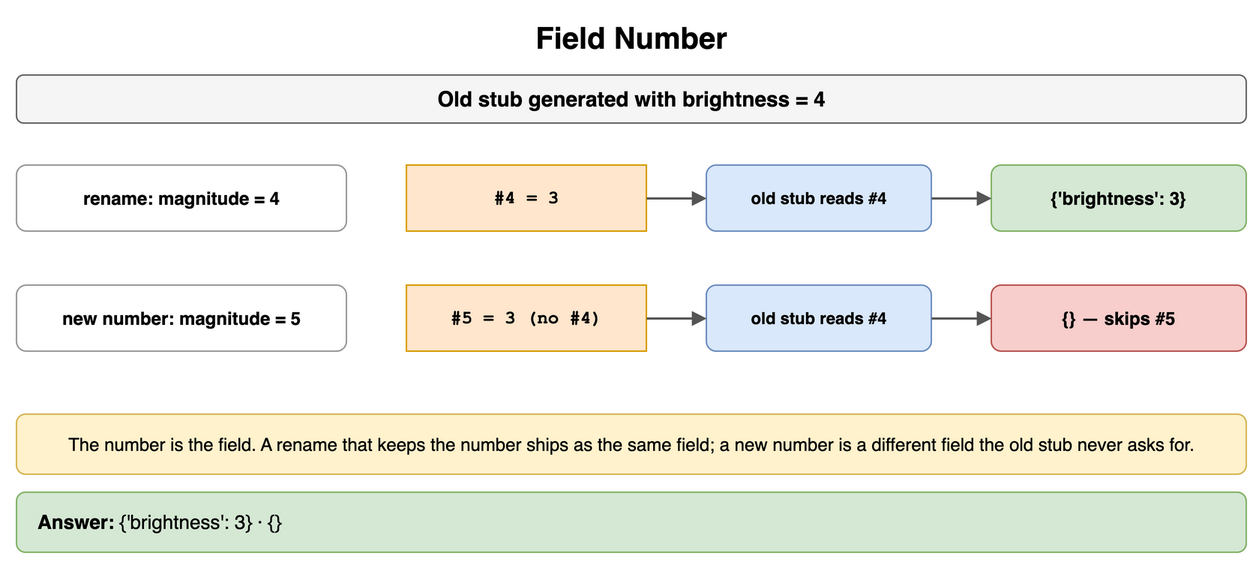
Above: content/09_System_Design_Interview/14_Encoding_Serialization_and_Schema_Evolution/diagrams/encoding-drills-3-field-number.png in amendez13/swe-study-guide (draw.io), before the change. Source tidied: cells renumbered, new cells last; positions are measured from the earlier drawing's top-left corner, leaving out a move shared by most shapes.
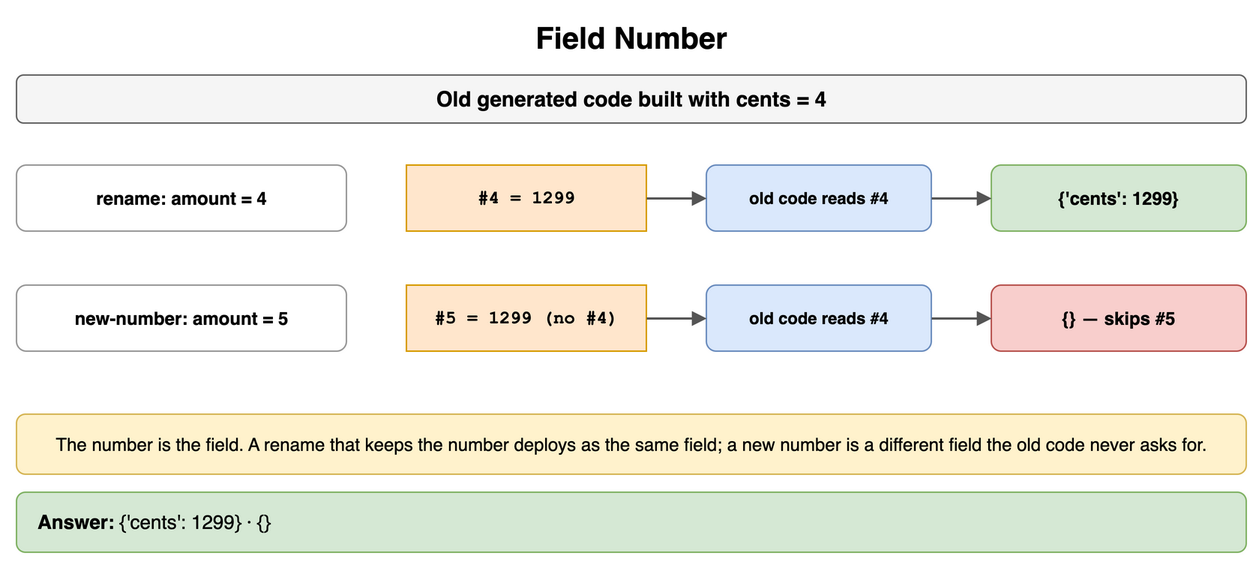
Later version of the same file.

The edit, as a diff of the source:
```diff
@@ -5,19 +5,19 @@
     <mxCell id="2" value="Field Number" style="text;html=1;align=center;verticalAlign=middle;whiteSpace=wrap;fontSize=20;fontStyle=1;" parent="1" vertex="1">
       <mxGeometry width="820" height="30" as="geometry" />
     </mxCell>
-    <mxCell id="3" value="Old stub generated with brightness = 4" style="rounded=1;whiteSpace=wrap;html=1;fillColor=#f5f5f5;strokeColor=#666666;fontStyle=1;fontSize=14;" parent="1" vertex="1">
+    <mxCell id="3" value="Old generated code built with cents = 4" style="rounded=1;whiteSpace=wrap;html=1;fillColor=#f5f5f5;strokeColor=#666666;fontStyle=1;fontSize=14;" parent="1" vertex="1">
       <mxGeometry y="40" width="820" height="32" as="geometry" />
     </mxCell>
-    <mxCell id="4" value="rename: magnitude = 4" style="rounded=1;whiteSpace=wrap;html=1;fillColor=#ffffff;strokeColor=#999999;fontSize=12;align=center;fontStyle=1;" parent="1" vertex="1">
+    <mxCell id="4" value="rename: amount = 4" style="rounded=1;whiteSpace=wrap;html=1;fillColor=#ffffff;strokeColor=#999999;fontSize=12;align=center;fontStyle=1;" parent="1" vertex="1">
       <mxGeometry y="100" width="220" height="44" as="geometry" />
     </mxCell>
-    <mxCell id="5" value="#4 = 3" style="rounded=0;whiteSpace=wrap;html=1;fontFamily=Courier New;fontStyle=1;fontSize=13;fillColor=#ffe6cc;strokeColor=#d79b00;fontSize=12;" parent="1" vertex="1">
+    <mxCell id="5" value="#4 = 1299" style="rounded=0;whiteSpace=wrap;html=1;fontFamily=Courier New;fontStyle=1;fontSize=13;fillColor=#ffe6cc;strokeColor=#d79b00;fontSize=12;" parent="1" vertex="1">
       <mxGeometry x="260" y="100" width="160" height="44" as="geometry" />
     </mxCell>
-    <mxCell id="6" value="old stub reads #4" style="rounded=1;whiteSpace=wrap;html=1;fillColor=#dae8fc;strokeColor=#6c8ebf;fontSize=11;align=center;fontStyle=1;" parent="1" vertex="1">
+    <mxCell id="6" value="old code reads #4" style="rounded=1;whiteSpace=wrap;html=1;fillColor=#dae8fc;strokeColor=#6c8ebf;fontSize=11;align=center;fontStyle=1;" parent="1" vertex="1">
       <mxGeometry x="460" y="100" width="150" height="44" as="geometry" />
     </mxCell>
-    <mxCell id="7" value="{'brightness': 3}" style="rounded=1;whiteSpace=wrap;html=1;fillColor=#d5e8d4;strokeColor=#82b366;fontSize=12;align=center;fontStyle=1;" parent="1" vertex="1">
+    <mxCell id="7" value="{'cents': 1299}" style="rounded=1;whiteSpace=wrap;html=1;fillColor=#d5e8d4;strokeColor=#82b366;fontSize=12;align=center;fontStyle=1;" parent="1" vertex="1">
       <mxGeometry x="650" y="100" width="170" height="44" as="geometry" />
     </mxCell>
     <mxCell id="8" style="endArrow=block;endSize=6;html=1;strokeWidth=1.5;strokeColor=#555555;fontSize=11;labelBackgroundColor=#ffffff;" parent="1" edge="1" source="5" target="6">
@@ -26,13 +26,13 @@
     <mxCell id="9" style="endArrow=block;endSize=6;html=1;strokeWidth=1.5;strokeColor=#555555;fontSize=11;labelBackgroundColor=#ffffff;" parent="1" edge="1" source="6" target="7">
       <mxGeometry relative="1" as="geometry" />
     </mxCell>
-    <mxCell id="10" value="new number: magnitude = 5" style="rounded=1;whiteSpace=wrap;html=1;fillColor=#ffffff;strokeColor=#999999;fontSize=12;align=center;fontStyle=1;" parent="1" vertex="1">
+    <mxCell id="10" value="new-number: amount = 5" style="rounded=1;whiteSpace=wrap;html=1;fillColor=#ffffff;strokeColor=#999999;fontSize=12;align=center;fontStyle=1;" parent="1" vertex="1">
       <mxGeometry y="180" width="220" height="44" as="geometry" />
     </mxCell>
-    <mxCell id="11" value="#5 = 3 (no #4)" style="rounded=0;whiteSpace=wrap;html=1;fontFamily=Courier New;fontStyle=1;fontSize=13;fillColor=#ffe6cc;strokeColor=#d79b00;fontSize=12;" parent="1" vertex="1">
+    <mxCell id="11" value="#5 = 1299 (no #4)" style="rounded=0;whiteSpace=wrap;html=1;fontFamily=Courier New;fontStyle=1;fontSize=13;fillColor=#ffe6cc;strokeColor=#d79b00;fontSize=12;" parent="1" vertex="1">
       <mxGeometry x="260" y="180" width="160" height="44" as="geometry" />
     </mxCell>
-    <mxCell id="12" value="old stub reads #4" style="rounded=1;whiteSpace=wrap;html=1;fillColor=#dae8fc;strokeColor=#6c8ebf;fontSize=11;align=center;fontStyle=1;" parent="1" vertex="1">
+    <mxCell id="12" value="old code reads #4" style="rounded=1;whiteSpace=wrap;html=1;fillColor=#dae8fc;strokeColor=#6c8ebf;fontSize=11;align=center;fontStyle=1;" parent="1" vertex="1">
       <mxGeometry x="460" y="180" width="150" height="44" as="geometry" />
     </mxCell>
     <mxCell id="13" value="{}  — skips #5" style="rounded=1;whiteSpace=wrap;html=1;fillColor=#f8cecc;strokeColor=#b85450;fontSize=12;align=center;fontStyle=1;" parent="1" vertex="1">
@@ -44,10 +44,10 @@
     <mxCell id="15" style="endArrow=block;endSize=6;html=1;strokeWidth=1.5;strokeColor=#555555;fontSize=11;labelBackgroundColor=#ffffff;" parent="1" edge="1" source="12" target="13">
       <mxGeometry relative="1" as="geometry" />
     </mxCell>
-    <mxCell id="16" value="The number is the field. A rename that keeps the number ships as the same field; a new number is a different field the old stub never asks for." style="rounded=1;whiteSpace=wrap;html=1;fillColor=#fff2cc;strokeColor=#d6b656;fontSize=12;align=center;" parent="1" vertex="1">
+    <mxCell id="16" value="The number is the field. A rename that keeps the number deploys as the same field; a new number is a different field the old code never asks for." style="rounded=1;whiteSpace=wrap;html=1;fillColor=#fff2cc;strokeColor=#d6b656;fontSize=12;align=center;" parent="1" vertex="1">
       <mxGeometry y="266" width="820" height="40" as="geometry" />
     </mxCell>
-    <mxCell id="17" value="&lt;b&gt;Answer:&lt;/b&gt; {'brightness': 3} · {}" style="rounded=1;whiteSpace=wrap;html=1;fillColor=#d5e8d4;strokeColor=#82b366;fontSize=13;align=left;spacingLeft=12;" parent="1" vertex="1">
+    <mxCell id="17" value="&lt;b&gt;Answer:&lt;/b&gt; {'cents': 1299} · {}" style="rounded=1;whiteSpace=wrap;html=1;fillColor=#d5e8d4;strokeColor=#82b366;fontSize=13;align=left;spacingLeft=12;" parent="1" vertex="1">
       <mxGeometry y="318" width="820" height="40" as="geometry" />
     </mxCell>
   </root>
```
